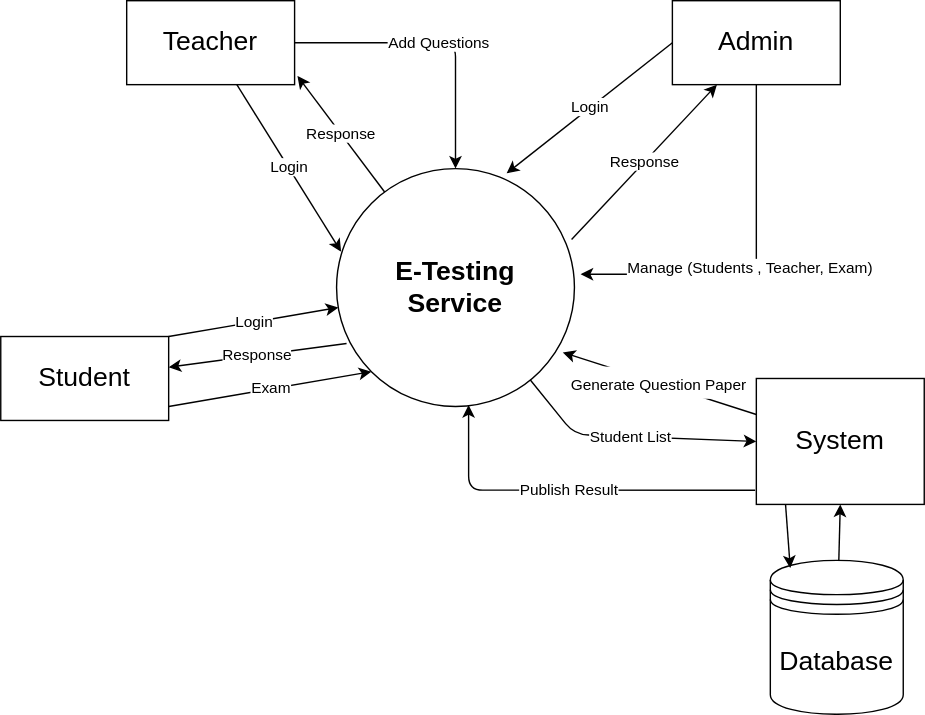
Before: DFD lvl 0 .drawio.svg, a diagram exported from draw.io (Zaeem6100/FYP-Documents). Source tidied: cells renumbered, new cells last; positions are measured from the earlier drawing's top-left corner, leaving out a move shared by most shapes.
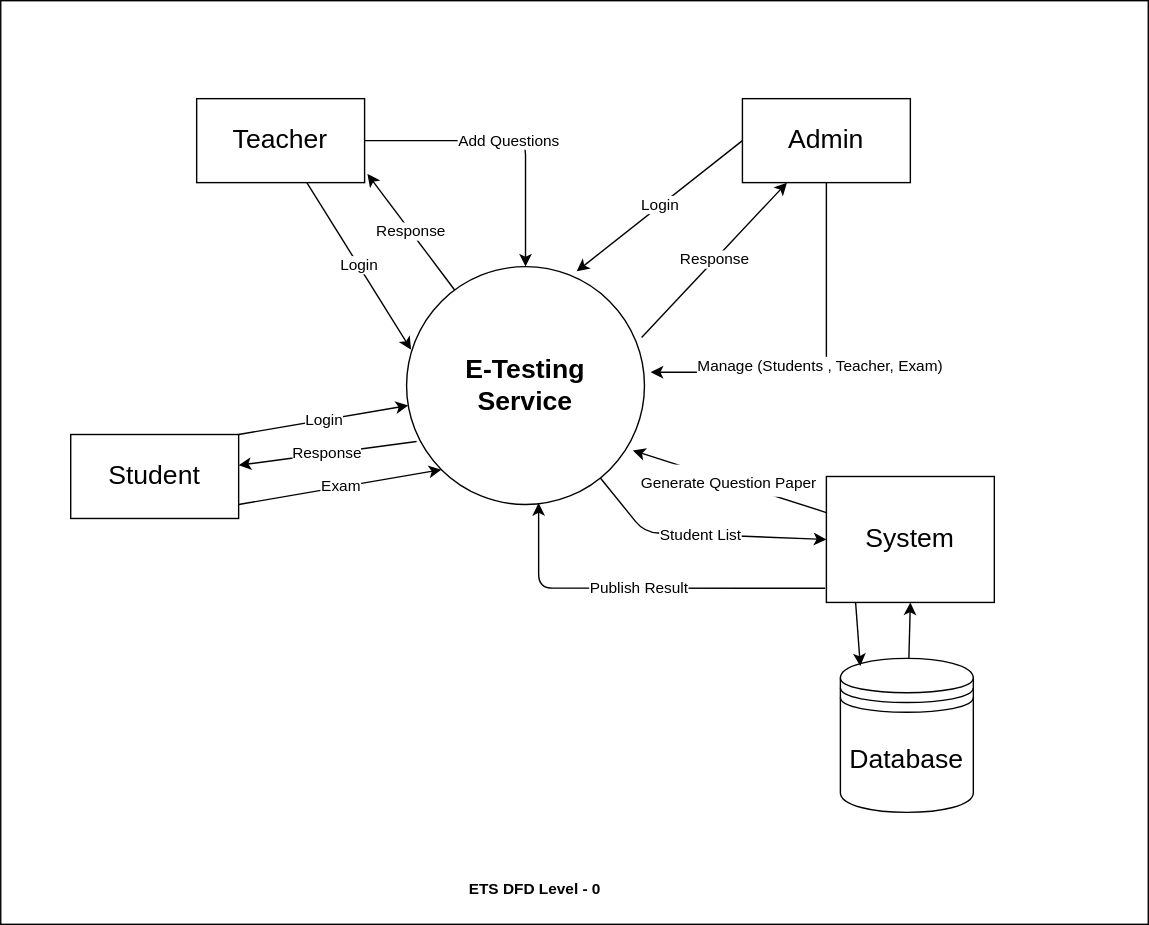
The same file after the commit.

The edit, as a diff of the source:
```diff
@@ -2,6 +2,9 @@
   <root>
     <mxCell id="0" />
     <mxCell id="1" parent="0" />
+    <mxCell id="22" style="rounded=0;whiteSpace=wrap;html=1;fontSize=11;" parent="1" vertex="1">
+      <mxGeometry x="-50" y="-70" width="820" height="660" as="geometry" />
+    </mxCell>
     <mxCell id="2" value="Response" style="edgeStyle=none;rounded=1;jettySize=auto;html=1;entryX=1.017;entryY=0.897;entryDx=0;entryDy=0;fontSize=11;startArrow=none;startFill=0;endArrow=classic;endFill=1;entryPerimeter=0;" parent="1" edge="1" source="4" target="12">
       <mxGeometry relative="1" as="geometry" />
     </mxCell>
@@ -72,5 +75,8 @@
     <mxCell id="21" value="System" style="rounded=0;whiteSpace=wrap;html=1;fontSize=19;" parent="1" vertex="1">
       <mxGeometry x="540" y="270" width="120" height="90" as="geometry" />
     </mxCell>
+    <mxCell id="23" value="&lt;b&gt;ETS DFD Level - 0&amp;nbsp;&amp;nbsp;&lt;/b&gt;" style="text;html=1;strokeColor=none;fillColor=none;align=center;verticalAlign=middle;whiteSpace=wrap;rounded=0;fontSize=11;" parent="1" vertex="1">
+      <mxGeometry x="80" y="550" width="510" height="30" as="geometry" />
+    </mxCell>
   </root>
 </mxGraphModel>
```
